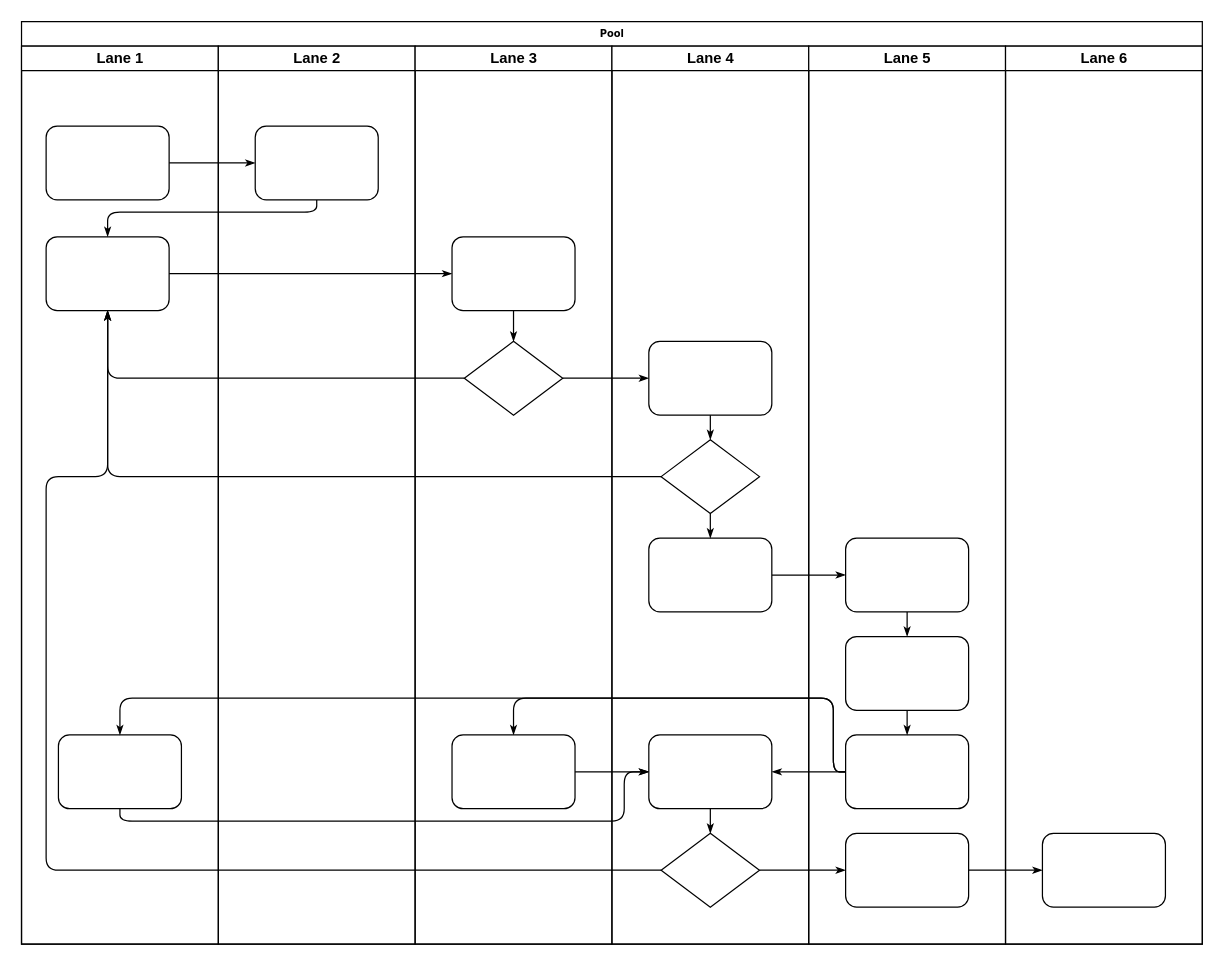
Earlier version of the draw.io diagram Untitled Diagram.drawio (nuril07/BDL). Source tidied: cells renumbered, new cells numbered last; positions are measured from the earlier drawing's top-left corner, leaving out a move shared by most shapes. Both pictures are drawn from the tidied source at 123%, with x=0, y=0 at pixel (21, 21).
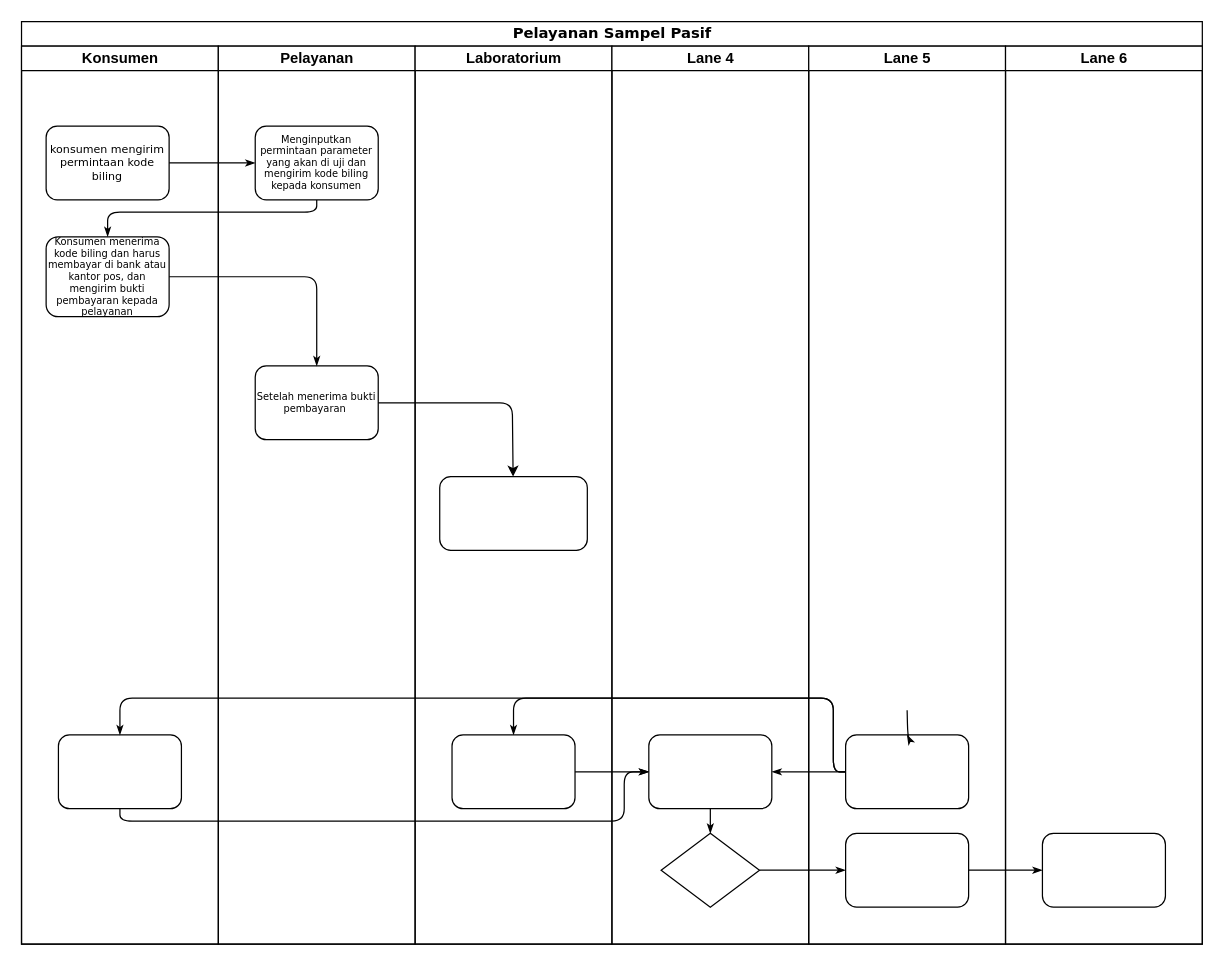
After the change.

Commit message:
Tugas_BDL

Unchanged cells that the change refers to:
```xml
<mxCell id="29" value="Lane 4" style="swimlane;html=1;startSize=20;" parent="2" vertex="1">
  <mxGeometry x="480" y="20" width="160" height="730" as="geometry" />
</mxCell>
<mxCell id="34" style="rhombus;whiteSpace=wrap;html=1;rounded=0;shadow=0;labelBackgroundColor=none;strokeWidth=1;fontFamily=Verdana;fontSize=8;align=center;" parent="29" vertex="1">
  <mxGeometry x="40" y="640" width="80" height="60" as="geometry" />
</mxCell>
<mxCell id="38" value="Lane 5" style="swimlane;html=1;startSize=20;" parent="2" vertex="1">
  <mxGeometry x="640" y="20" width="160" height="730" as="geometry" />
</mxCell>
<mxCell id="41" style="rounded=1;whiteSpace=wrap;html=1;shadow=0;labelBackgroundColor=none;strokeWidth=1;fontFamily=Verdana;fontSize=8;align=center;" parent="38" vertex="1">
  <mxGeometry x="30" y="560" width="100" height="60" as="geometry" />
</mxCell>
```

Diff of the diagram source:
```diff
@@
-    <mxCell id="2" value="Pool" style="swimlane;html=1;startSize=20;rounded=0;shadow=0;labelBackgroundColor=none;strokeWidth=1;fontFamily=Verdana;fontSize=8;align=center;" parent="1" vertex="1">
+    <mxCell id="2" value="&lt;font style=&quot;font-size: 12px&quot;&gt;Pelayanan Sampel Pasif&lt;/font&gt;" style="swimlane;html=1;startSize=20;rounded=0;shadow=0;labelBackgroundColor=none;strokeWidth=1;fontFamily=Verdana;fontSize=8;align=center;" parent="1" vertex="1">
       <mxGeometry width="960" height="750" as="geometry" />
     </mxCell>
-    <mxCell id="3" value="Lane 1" style="swimlane;html=1;startSize=20;" parent="2" vertex="1">
+    <mxCell id="3" value="Konsumen" style="swimlane;html=1;startSize=20;" parent="2" vertex="1">
       <mxGeometry y="20" width="160" height="730" as="geometry" />
     </mxCell>
-    <mxCell id="4" style="rounded=1;whiteSpace=wrap;html=1;shadow=0;labelBackgroundColor=none;strokeWidth=1;fontFamily=Verdana;fontSize=8;align=center;" parent="3" vertex="1">
+    <mxCell id="4" value="&lt;font style=&quot;font-size: 9px&quot;&gt;konsumen mengirim permintaan kode biling&lt;/font&gt;" style="rounded=1;whiteSpace=wrap;html=1;shadow=0;labelBackgroundColor=none;strokeWidth=1;fontFamily=Verdana;fontSize=8;align=center;" parent="3" vertex="1">
       <mxGeometry x="20" y="65" width="100" height="60" as="geometry" />
     </mxCell>
-    <mxCell id="5" style="rounded=1;whiteSpace=wrap;html=1;shadow=0;labelBackgroundColor=none;strokeWidth=1;fontFamily=Verdana;fontSize=8;align=center;" parent="3" vertex="1">
-      <mxGeometry x="20" y="155" width="100" height="60" as="geometry" />
+    <mxCell id="5" value="Konsumen menerima kode biling dan harus membayar di bank atau kantor pos, dan mengirim bukti pembayaran kepada pelayanan&lt;br&gt;" style="rounded=1;whiteSpace=wrap;html=1;shadow=0;labelBackgroundColor=none;strokeWidth=1;fontFamily=Verdana;fontSize=8;align=center;" parent="3" vertex="1">
+      <mxGeometry x="20" y="155" width="100" height="65" as="geometry" />
     </mxCell>
@@
-    <mxCell id="9" style="edgeStyle=orthogonalEdgeStyle;rounded=1;html=1;labelBackgroundColor=none;startArrow=none;startFill=0;startSize=5;endArrow=classicThin;endFill=1;endSize=5;jettySize=auto;strokeWidth=1;fontFamily=Verdana;fontSize=8;" parent="2" edge="1" source="5" target="25">
-      <mxGeometry relative="1" as="geometry" />
-    </mxCell>
-    <mxCell id="10" style="edgeStyle=orthogonalEdgeStyle;rounded=1;html=1;labelBackgroundColor=none;startArrow=none;startFill=0;startSize=5;endArrow=classicThin;endFill=1;endSize=5;jettySize=auto;strokeWidth=1;fontFamily=Verdana;fontSize=8;" parent="2" edge="1" source="26" target="5">
-      <mxGeometry relative="1" as="geometry" />
-    </mxCell>
-    <mxCell id="11" style="edgeStyle=orthogonalEdgeStyle;rounded=1;html=1;labelBackgroundColor=none;startArrow=none;startFill=0;startSize=5;endArrow=classicThin;endFill=1;endSize=5;jettySize=auto;strokeWidth=1;fontFamily=Verdana;fontSize=8;" parent="2" edge="1" source="31" target="5">
-      <mxGeometry relative="1" as="geometry" />
-    </mxCell>
-    <mxCell id="12" style="edgeStyle=orthogonalEdgeStyle;rounded=1;html=1;labelBackgroundColor=none;startArrow=none;startFill=0;startSize=5;endArrow=classicThin;endFill=1;endSize=5;jettySize=auto;strokeWidth=1;fontFamily=Verdana;fontSize=8;" parent="2" edge="1" source="34" target="5">
-      <mxGeometry relative="1" as="geometry">
-        <Array as="points">
-          <mxPoint x="20" y="690" />
-          <mxPoint x="20" y="370" />
-          <mxPoint x="70" y="370" />
-        </Array>
-      </mxGeometry>
-    </mxCell>
-    <mxCell id="13" style="edgeStyle=orthogonalEdgeStyle;rounded=1;html=1;labelBackgroundColor=none;startArrow=none;startFill=0;startSize=5;endArrow=classicThin;endFill=1;endSize=5;jettySize=auto;strokeWidth=1;fontFamily=Verdana;fontSize=8;" parent="2" edge="1" source="26" target="30">
-      <mxGeometry relative="1" as="geometry" />
-    </mxCell>
@@
-    <mxCell id="16" style="edgeStyle=orthogonalEdgeStyle;rounded=1;html=1;labelBackgroundColor=none;startArrow=none;startFill=0;startSize=5;endArrow=classicThin;endFill=1;endSize=5;jettySize=auto;strokeWidth=1;fontFamily=Verdana;fontSize=8;" parent="2" edge="1" source="32" target="39">
-      <mxGeometry relative="1" as="geometry" />
-    </mxCell>
@@
-    <mxCell id="22" value="Lane 2" style="swimlane;html=1;startSize=20;" parent="2" vertex="1">
+    <mxCell id="22" value="Pelayanan" style="swimlane;html=1;startSize=20;" parent="2" vertex="1">
       <mxGeometry x="160" y="20" width="160" height="730" as="geometry" />
     </mxCell>
-    <mxCell id="23" style="rounded=1;whiteSpace=wrap;html=1;shadow=0;labelBackgroundColor=none;strokeWidth=1;fontFamily=Verdana;fontSize=8;align=center;" parent="22" vertex="1">
+    <mxCell id="23" value="Menginputkan permintaan parameter yang akan di uji dan mengirim kode biling kepada konsumen" style="rounded=1;whiteSpace=wrap;html=1;shadow=0;labelBackgroundColor=none;strokeWidth=1;fontFamily=Verdana;fontSize=8;align=center;" parent="22" vertex="1">
       <mxGeometry x="30" y="65" width="100" height="60" as="geometry" />
     </mxCell>
+    <mxCell id="25" value="Setelah menerima bukti pembayaran&amp;nbsp;" style="rounded=1;whiteSpace=wrap;html=1;shadow=0;labelBackgroundColor=none;strokeWidth=1;fontFamily=Verdana;fontSize=8;align=center;" parent="22" vertex="1">
+      <mxGeometry x="30" y="260" width="100" height="60" as="geometry" />
+    </mxCell>
-    <mxCell id="24" value="Lane 3" style="swimlane;html=1;startSize=20;" parent="2" vertex="1">
+    <mxCell id="24" value="Laboratorium" style="swimlane;html=1;startSize=20;" parent="2" vertex="1">
       <mxGeometry x="320" y="20" width="160" height="730" as="geometry" />
     </mxCell>
-    <mxCell id="25" style="rounded=1;whiteSpace=wrap;html=1;shadow=0;labelBackgroundColor=none;strokeWidth=1;fontFamily=Verdana;fontSize=8;align=center;" parent="24" vertex="1">
-      <mxGeometry x="30" y="155" width="100" height="60" as="geometry" />
-    </mxCell>
-    <mxCell id="26" style="rhombus;whiteSpace=wrap;html=1;rounded=0;shadow=0;labelBackgroundColor=none;strokeWidth=1;fontFamily=Verdana;fontSize=8;align=center;" parent="24" vertex="1">
-      <mxGeometry x="40" y="240" width="80" height="60" as="geometry" />
-    </mxCell>
@@
-    <mxCell id="28" style="edgeStyle=orthogonalEdgeStyle;rounded=1;html=1;labelBackgroundColor=none;startArrow=none;startFill=0;startSize=5;endArrow=classicThin;endFill=1;endSize=5;jettySize=auto;strokeWidth=1;fontFamily=Verdana;fontSize=8;" parent="24" edge="1" source="25" target="26">
-      <mxGeometry relative="1" as="geometry" />
-    </mxCell>
+    <mxCell id="47" style="rounded=1;whiteSpace=wrap;html=1;" parent="24" vertex="1">
+      <mxGeometry x="20" y="350" width="120" height="60" as="geometry" />
+    </mxCell>
@@
-    <mxCell id="30" style="rounded=1;whiteSpace=wrap;html=1;shadow=0;labelBackgroundColor=none;strokeWidth=1;fontFamily=Verdana;fontSize=8;align=center;" parent="29" vertex="1">
-      <mxGeometry x="30" y="240" width="100" height="60" as="geometry" />
-    </mxCell>
-    <mxCell id="31" style="rhombus;whiteSpace=wrap;html=1;rounded=0;shadow=0;labelBackgroundColor=none;strokeWidth=1;fontFamily=Verdana;fontSize=8;align=center;" parent="29" vertex="1">
-      <mxGeometry x="40" y="320" width="80" height="60" as="geometry" />
-    </mxCell>
-    <mxCell id="32" style="rounded=1;whiteSpace=wrap;html=1;shadow=0;labelBackgroundColor=none;strokeWidth=1;fontFamily=Verdana;fontSize=8;align=center;" parent="29" vertex="1">
-      <mxGeometry x="30" y="400" width="100" height="60" as="geometry" />
-    </mxCell>
@@
-    <mxCell id="35" style="edgeStyle=orthogonalEdgeStyle;rounded=1;html=1;labelBackgroundColor=none;startArrow=none;startFill=0;startSize=5;endArrow=classicThin;endFill=1;endSize=5;jettySize=auto;strokeColor=#000000;strokeWidth=1;fontFamily=Verdana;fontSize=8;fontColor=#000000;" parent="29" edge="1" source="30" target="31">
-      <mxGeometry relative="1" as="geometry" />
-    </mxCell>
-    <mxCell id="36" style="edgeStyle=orthogonalEdgeStyle;rounded=1;html=1;labelBackgroundColor=none;startArrow=none;startFill=0;startSize=5;endArrow=classicThin;endFill=1;endSize=5;jettySize=auto;strokeWidth=1;fontFamily=Verdana;fontSize=8;" parent="29" edge="1" source="31" target="32">
-      <mxGeometry relative="1" as="geometry" />
-    </mxCell>
@@
-    <mxCell id="39" style="rounded=1;whiteSpace=wrap;html=1;shadow=0;labelBackgroundColor=none;strokeWidth=1;fontFamily=Verdana;fontSize=8;align=center;" parent="38" vertex="1">
-      <mxGeometry x="30" y="400" width="100" height="60" as="geometry" />
-    </mxCell>
-    <mxCell id="40" style="rounded=1;whiteSpace=wrap;html=1;shadow=0;labelBackgroundColor=none;strokeWidth=1;fontFamily=Verdana;fontSize=8;align=center;" parent="38" vertex="1">
-      <mxGeometry x="30" y="480" width="100" height="60" as="geometry" />
-    </mxCell>
@@
-    <mxCell id="43" style="edgeStyle=orthogonalEdgeStyle;rounded=1;html=1;labelBackgroundColor=none;startArrow=none;startFill=0;startSize=5;endArrow=classicThin;endFill=1;endSize=5;jettySize=auto;strokeWidth=1;fontFamily=Verdana;fontSize=8;" parent="38" edge="1" source="39" target="40">
-      <mxGeometry relative="1" as="geometry" />
-    </mxCell>
-    <mxCell id="44" style="edgeStyle=orthogonalEdgeStyle;rounded=1;html=1;labelBackgroundColor=none;startArrow=none;startFill=0;startSize=5;endArrow=classicThin;endFill=1;endSize=5;jettySize=auto;strokeWidth=1;fontFamily=Verdana;fontSize=8;" parent="38" edge="1" source="40" target="41">
-      <mxGeometry relative="1" as="geometry" />
+    <mxCell id="44" style="edgeStyle=orthogonalEdgeStyle;rounded=1;html=1;labelBackgroundColor=none;startArrow=none;startFill=0;startSize=5;endArrow=classicThin;endFill=1;endSize=5;jettySize=auto;strokeWidth=1;fontFamily=Verdana;fontSize=8;" parent="38" edge="1" target="41">
+      <mxGeometry relative="1" as="geometry">
+        <mxPoint x="80" y="540" as="sourcePoint" />
+      </mxGeometry>
     </mxCell>
@@
+    <mxCell id="9" style="edgeStyle=orthogonalEdgeStyle;rounded=1;html=1;labelBackgroundColor=none;startArrow=none;startFill=0;startSize=5;endArrow=classicThin;endFill=1;endSize=5;jettySize=auto;strokeWidth=1;fontFamily=Verdana;fontSize=8;" parent="2" edge="1" source="5" target="25">
+      <mxGeometry relative="1" as="geometry" />
+    </mxCell>
+    <mxCell id="48" style="endArrow=classic;html=1;exitX=1;exitY=0.5;exitDx=0;exitDy=0;" parent="2" edge="1" source="25" target="47">
+      <mxGeometry relative="1" as="geometry">
+        <Array as="points">
+          <mxPoint x="399" y="310" />
+        </Array>
+      </mxGeometry>
+    </mxCell>
```
